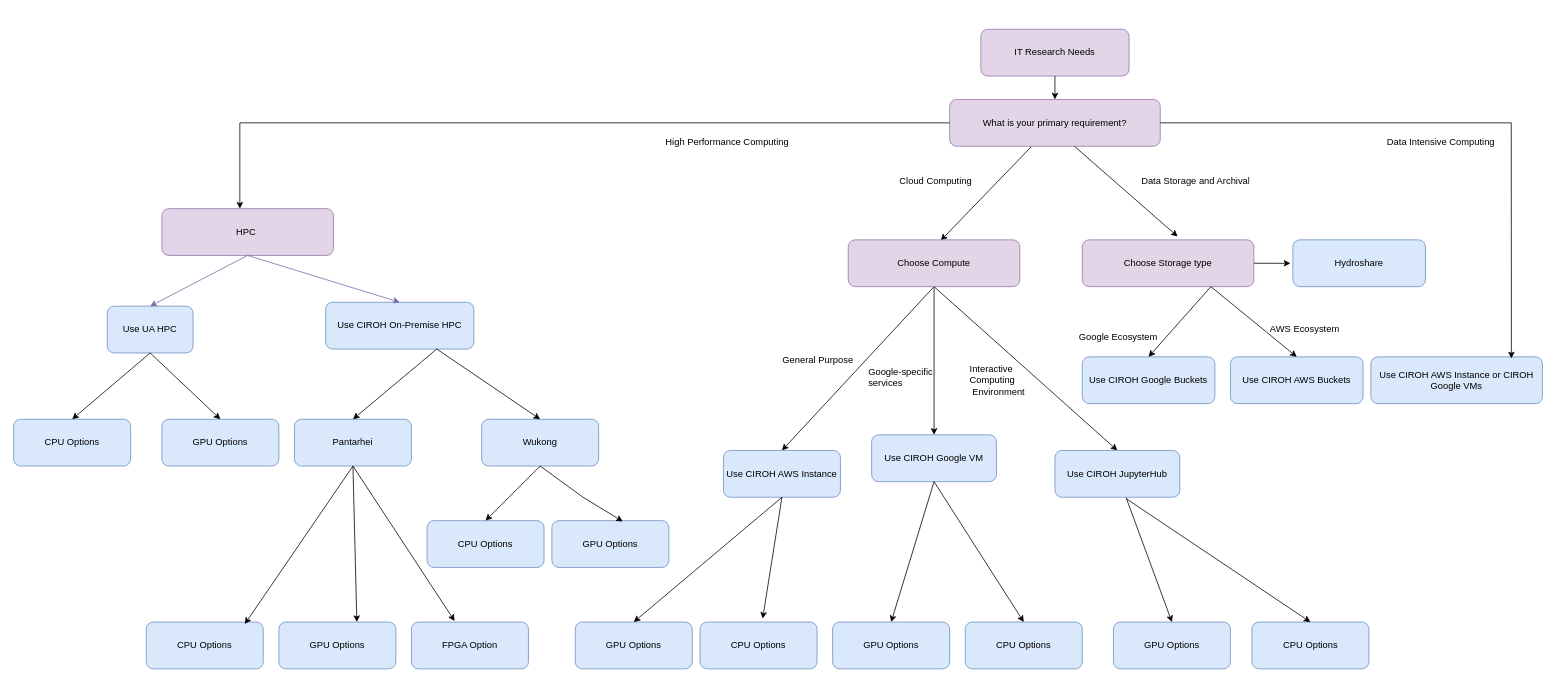
This is static/files/ciroh-resource-flowchart.drawio from CIROH-UA/ciroh-ua_website, a draw.io file, before an edit. Source tidied: cells renumbered, new cells numbered last; positions are measured from the earlier drawing's top-left corner, leaving out a move shared by most shapes. Both pictures are drawn from the tidied source at 78%, with x=0, y=0 at pixel (13, 29).
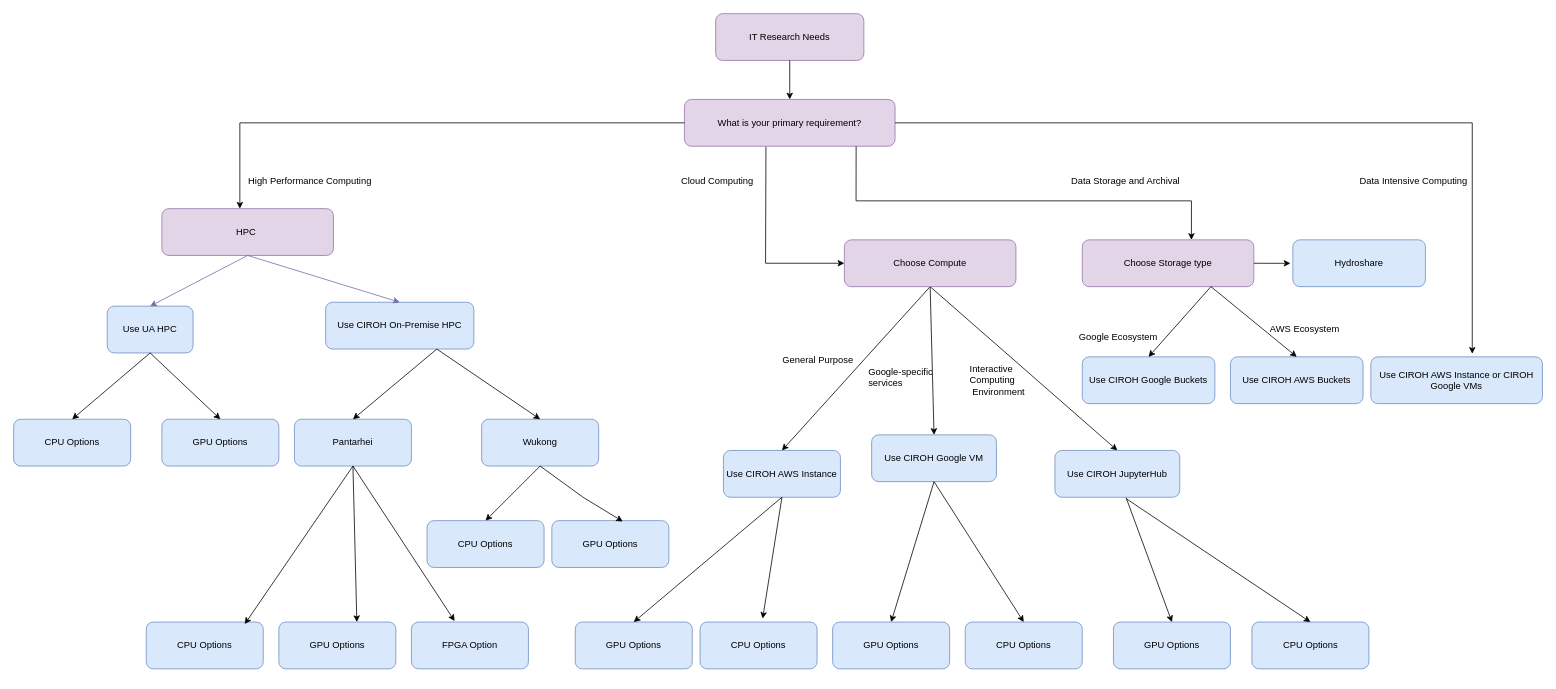
After the change.

Unchanged cells that the change refers to:
```xml
<mxCell id="6" value="Choose Storage type" style="rounded=1;whiteSpace=wrap;html=1;fillColor=#e1d5e7;strokeColor=#9673a6;" parent="1" vertex="1">
  <mxGeometry x="1370" y="270" width="220" height="60" as="geometry" />
</mxCell>
<mxCell id="12" value="Use CIROH AWS Instance or CIROH Google VMs" style="rounded=1;whiteSpace=wrap;html=1;fillColor=#dae8fc;strokeColor=#6c8ebf;" parent="1" vertex="1">
  <mxGeometry x="1740" y="420" width="220" height="60" as="geometry" />
</mxCell>
```

What changed in the source:
```diff
@@
     <mxCell id="2" value="IT Research Needs" style="rounded=1;whiteSpace=wrap;html=1;fillColor=#e1d5e7;strokeColor=#9673a6;" parent="1" vertex="1">
-      <mxGeometry x="1240" width="190" height="60" as="geometry" />
+      <mxGeometry x="900" y="-20" width="190" height="60" as="geometry" />
     </mxCell>
-    <mxCell id="3" style="endArrow=classic;html=1;rounded=0;exitX=0.5;exitY=1;exitDx=0;exitDy=0;" parent="1" edge="1" source="5">
-      <mxGeometry relative="1" as="geometry">
-        <mxPoint x="1335" y="130" as="targetPoint" />
-      </mxGeometry>
-    </mxCell>
@@
     <mxCell id="5" value="What is your primary requirement?" style="rounded=1;whiteSpace=wrap;html=1;fillColor=#e1d5e7;strokeColor=#9673a6;" parent="1" vertex="1">
-      <mxGeometry x="1200" y="90" width="270" height="60" as="geometry" />
+      <mxGeometry x="860" y="90" width="270" height="60" as="geometry" />
     </mxCell>
@@
     <mxCell id="7" value="Cloud Computing" style="text;strokeColor=none;fillColor=none;align=left;verticalAlign=middle;spacingLeft=4;spacingRight=4;overflow=hidden;whiteSpace=wrap;html=1;" parent="1" vertex="1">
-      <mxGeometry x="1130" y="180" width="160" height="30" as="geometry" />
+      <mxGeometry x="850" y="180" width="160" height="30" as="geometry" />
     </mxCell>
-    <mxCell id="8" style="endArrow=classic;html=1;rounded=0;exitX=0.387;exitY=1.013;exitDx=0;exitDy=0;exitPerimeter=0;entryX=0.539;entryY=0.013;entryDx=0;entryDy=0;entryPerimeter=0;" parent="1" edge="1" source="5" target="31">
-      <mxGeometry relative="1" as="geometry" />
+    <mxCell id="8" style="endArrow=classic;html=1;rounded=0;exitX=0.387;exitY=1.013;exitDx=0;exitDy=0;exitPerimeter=0;entryX=0;entryY=0.5;entryDx=0;entryDy=0;" parent="1" edge="1" source="5" target="31">
+      <mxGeometry relative="1" as="geometry">
+        <Array as="points">
+          <mxPoint x="964" y="300" />
+        </Array>
+      </mxGeometry>
     </mxCell>
-    <mxCell id="9" style="endArrow=classic;html=1;rounded=0;exitX=0.387;exitY=1.013;exitDx=0;exitDy=0;exitPerimeter=0;entryX=0.556;entryY=-0.071;entryDx=0;entryDy=0;entryPerimeter=0;" parent="1" edge="1" target="6">
+    <mxCell id="9" style="endArrow=classic;html=1;rounded=0;exitX=0.75;exitY=1;exitDx=0;exitDy=0;" parent="1" edge="1">
       <mxGeometry relative="1" as="geometry">
-        <mxPoint x="1360" y="150" as="sourcePoint" />
+        <mxPoint x="1080.1" y="150" as="sourcePoint" />
+        <mxPoint x="1510" y="270" as="targetPoint" />
+        <Array as="points">
+          <mxPoint x="1080" y="220" />
+          <mxPoint x="1510" y="220" />
+        </Array>
       </mxGeometry>
     </mxCell>
     <mxCell id="10" value="Data Storage and Archival" style="text;strokeColor=none;fillColor=none;align=left;verticalAlign=middle;spacingLeft=4;spacingRight=4;overflow=hidden;whiteSpace=wrap;html=1;" parent="1" vertex="1">
-      <mxGeometry x="1440" y="180" width="160" height="30" as="geometry" />
+      <mxGeometry x="1350" y="180" width="160" height="30" as="geometry" />
     </mxCell>
@@
-    <mxCell id="14" style="endArrow=classic;html=1;rounded=0;entryX=0.819;entryY=0.033;entryDx=0;entryDy=0;entryPerimeter=0;exitX=1;exitY=0.5;exitDx=0;exitDy=0;" parent="1" edge="1" source="5" target="12">
+    <mxCell id="14" style="endArrow=classic;html=1;rounded=0;exitX=1;exitY=0.5;exitDx=0;exitDy=0;" parent="1" edge="1" source="5">
       <mxGeometry relative="1" as="geometry">
+        <mxPoint x="1870" y="416" as="targetPoint" />
         <Array as="points">
-          <mxPoint x="1920" y="120" />
+          <mxPoint x="1870" y="120" />
         </Array>
       </mxGeometry>
     </mxCell>
     <mxCell id="15" value="High Performance Computing" style="text;strokeColor=none;fillColor=none;align=left;verticalAlign=middle;spacingLeft=4;spacingRight=4;overflow=hidden;whiteSpace=wrap;html=1;" parent="1" vertex="1">
-      <mxGeometry x="830" y="130" width="190" height="30" as="geometry" />
+      <mxGeometry x="295" y="180" width="190" height="30" as="geometry" />
     </mxCell>
     <mxCell id="16" value="Data Intensive Computing" style="text;strokeColor=none;fillColor=none;align=left;verticalAlign=middle;spacingLeft=4;spacingRight=4;overflow=hidden;whiteSpace=wrap;html=1;" parent="1" vertex="1">
-      <mxGeometry x="1755" y="130" width="190" height="30" as="geometry" />
+      <mxGeometry x="1720" y="180" width="190" height="30" as="geometry" />
     </mxCell>
@@
     <mxCell id="31" value="Choose Compute" style="rounded=1;whiteSpace=wrap;html=1;fillColor=#e1d5e7;strokeColor=#9673a6;" parent="1" vertex="1">
-      <mxGeometry x="1070" y="270" width="220" height="60" as="geometry" />
+      <mxGeometry x="1065" y="270" width="220" height="60" as="geometry" />
     </mxCell>
```
